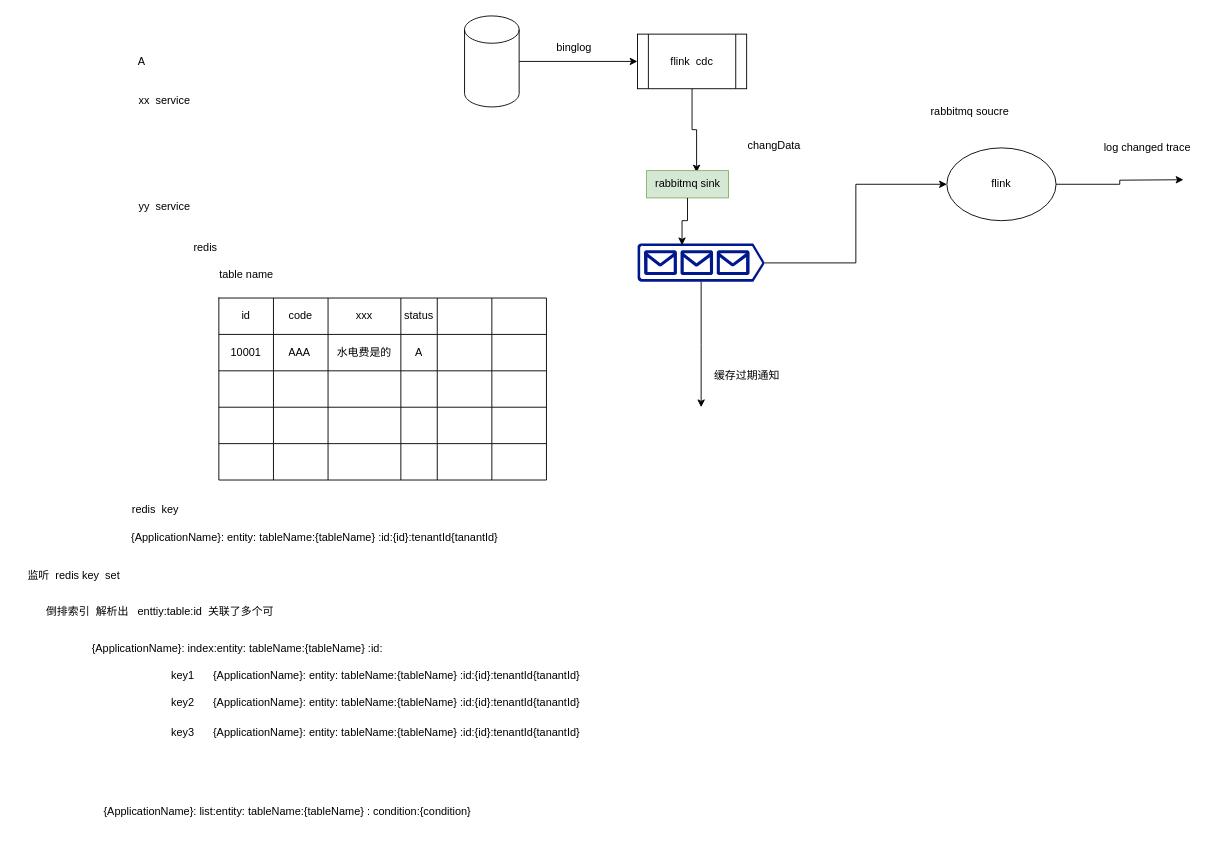
devfox88/draw-house keeps this draw.io diagram as page "缓存同步" (11 of 13) of xctp.drawio. Above is the earlier version. Source tidied: cells renumbered, new cells numbered last; positions are measured from the earlier drawing's top-left corner, leaving out a move shared by most shapes. Both pictures are drawn from the tidied source at 91%, with x=0, y=0 at pixel (15, 15).
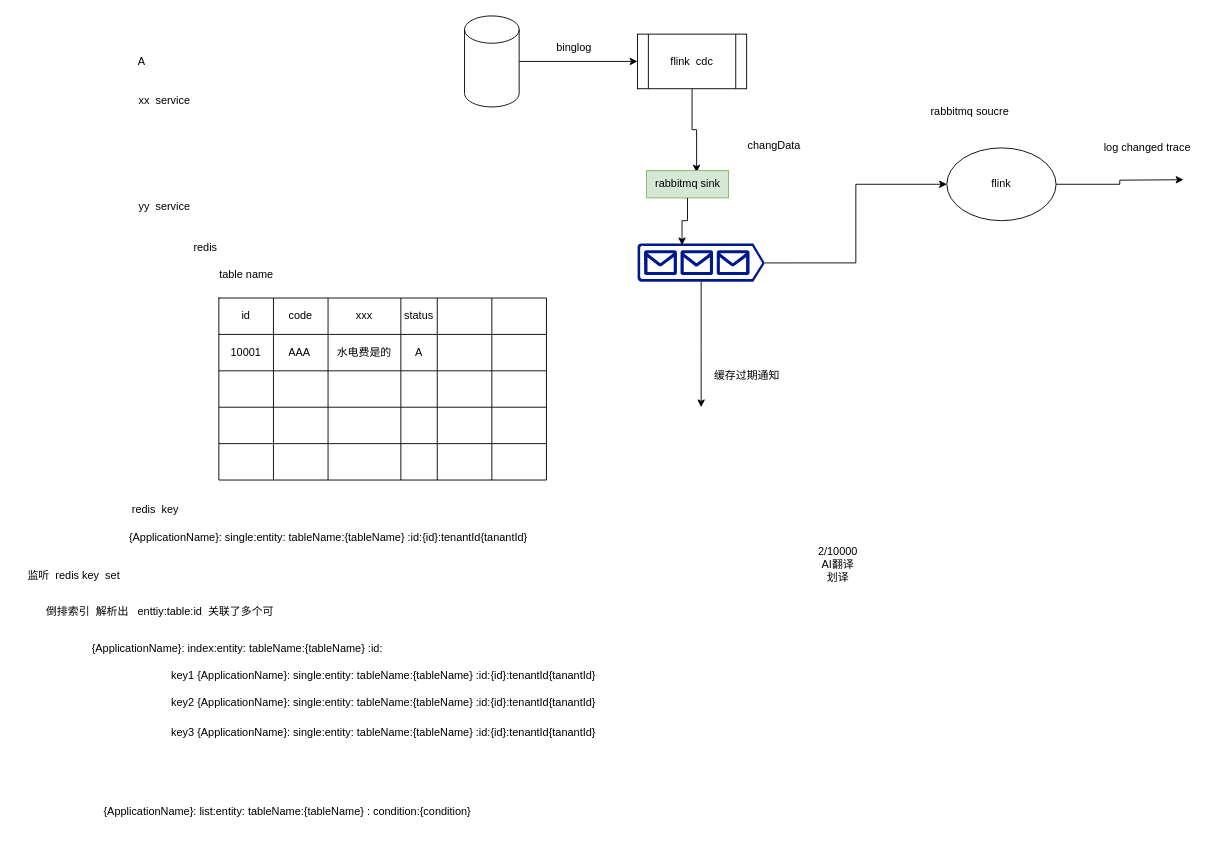
Above is the later version.

Change to the diagram source:
```diff
@@
-    <mxCell id="60" value="{ApplicationName}: entity: tableName:{tableName} :id:{id}:tenantId{tanantId}" style="text;html=1;align=center;verticalAlign=middle;strokeColor=none;fillColor=none;" parent="1" vertex="1">
-      <mxGeometry x="113" y="558" width="430" height="30" as="geometry" />
+    <mxCell id="60" value="{ApplicationName}: single:entity: tableName:{tableName} :id:{id}:tenantId{tanantId}" style="text;html=1;align=center;verticalAlign=middle;strokeColor=none;fillColor=none;" parent="1" vertex="1">
+      <mxGeometry x="113" y="558" width="460" height="30" as="geometry" />
     </mxCell>
@@
-    <mxCell id="64" value="{ApplicationName}: entity: tableName:{tableName} :id:{id}:tenantId{tanantId}" style="text;html=1;align=center;verticalAlign=middle;strokeColor=none;fillColor=none;" parent="1" vertex="1">
-      <mxGeometry x="203" y="710" width="430" height="30" as="geometry" />
+    <mxCell id="64" value="{ApplicationName}: single:entity: tableName:{tableName} :id:{id}:tenantId{tanantId}" style="text;html=1;align=center;verticalAlign=middle;strokeColor=none;fillColor=none;" parent="1" vertex="1">
+      <mxGeometry x="188" y="710" width="460" height="30" as="geometry" />
     </mxCell>
@@
-    <mxCell id="67" value="{ApplicationName}: entity: tableName:{tableName} :id:{id}:tenantId{tanantId}" style="text;html=1;align=center;verticalAlign=middle;strokeColor=none;fillColor=none;" parent="1" vertex="1">
-      <mxGeometry x="203" y="740" width="430" height="30" as="geometry" />
+    <mxCell id="67" value="{ApplicationName}: single:entity: tableName:{tableName} :id:{id}:tenantId{tanantId}" style="text;html=1;align=center;verticalAlign=middle;strokeColor=none;fillColor=none;" parent="1" vertex="1">
+      <mxGeometry x="188" y="740" width="460" height="30" as="geometry" />
     </mxCell>
@@
-    <mxCell id="69" value="{ApplicationName}: entity: tableName:{tableName} :id:{id}:tenantId{tanantId}" style="text;html=1;align=center;verticalAlign=middle;strokeColor=none;fillColor=none;" parent="1" vertex="1">
-      <mxGeometry x="203" y="773" width="430" height="30" as="geometry" />
+    <mxCell id="69" value="{ApplicationName}: single:entity: tableName:{tableName} :id:{id}:tenantId{tanantId}" style="text;html=1;align=center;verticalAlign=middle;strokeColor=none;fillColor=none;" parent="1" vertex="1">
+      <mxGeometry x="188" y="773" width="460" height="30" as="geometry" />
     </mxCell>
@@
+    <mxCell id="71" value="&lt;div&gt;&lt;br&gt;&lt;/div&gt;&lt;div&gt;2/10000&lt;/div&gt;&lt;div&gt;AI翻译&lt;/div&gt;&lt;div&gt;划译&lt;/div&gt;&lt;div&gt;&lt;br&gt;&lt;/div&gt;" style="text;html=1;align=center;verticalAlign=middle;strokeColor=none;fillColor=none;" parent="1" vertex="1">
+      <mxGeometry x="868" y="558" width="70" height="90" as="geometry" />
+    </mxCell>
```
